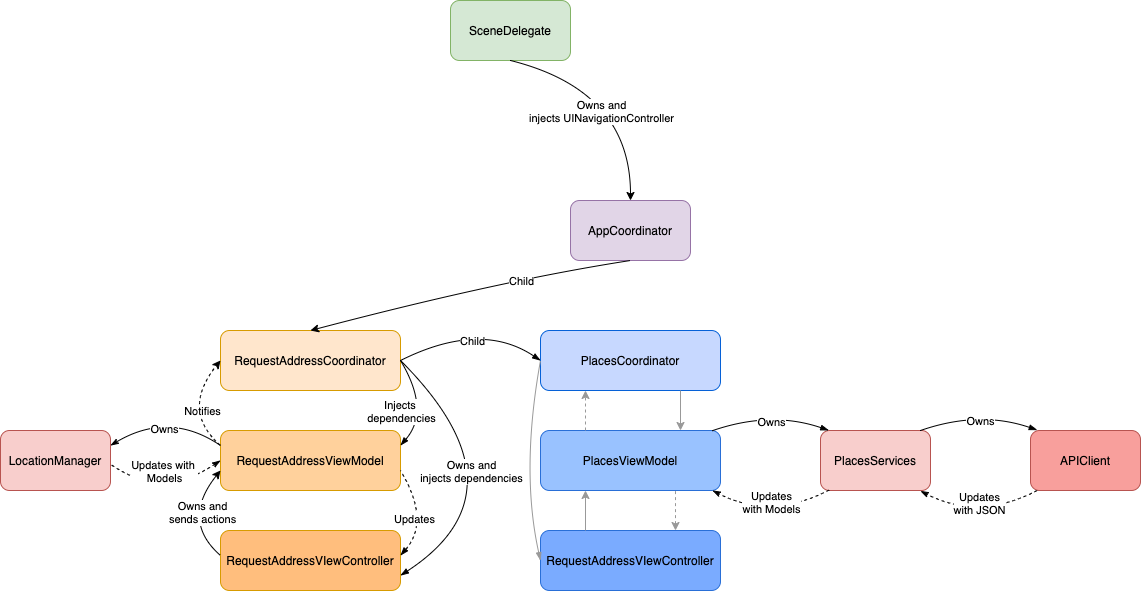
Before: Images/NearbyMVVM.png, a diagram exported from draw.io (thiagocenturion/Nearby). Source tidied: cells renumbered, new cells last; positions are measured from the earlier drawing's top-left corner, leaving out a move shared by most shapes.
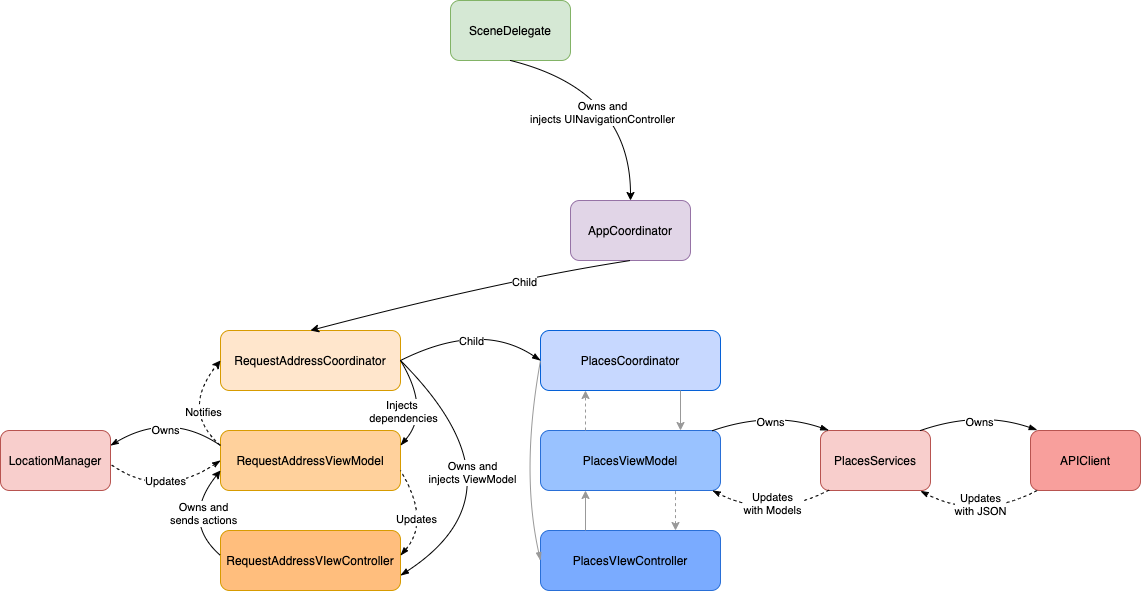
After the commit.

Commit message:
Fixing wrong name

Diff of the diagram source:
```diff
@@ -101,7 +101,7 @@
         </Array>
       </mxGeometry>
     </mxCell>
-    <mxCell id="20" value="Owns and&lt;br&gt;injects dependencies" style="edgeLabel;html=1;align=center;verticalAlign=middle;" parent="19" vertex="1">
+    <mxCell id="20" value="Owns and&lt;br&gt;injects ViewModel" style="edgeLabel;html=1;align=center;verticalAlign=middle;" parent="19" vertex="1">
       <mxGeometry x="-0.57" y="1" relative="1" as="geometry">
         <mxPoint x="9.9" y="-64.5" as="offset" />
       </mxGeometry>
@@ -112,7 +112,7 @@
     <mxCell id="22" value="PlacesViewModel" style="rounded=1;whiteSpace=wrap;html=1;fillColor=#99C2FF;strokeColor=#296FD7;" parent="1" vertex="1">
       <mxGeometry x="540" y="430" width="180" height="60" as="geometry" />
     </mxCell>
-    <mxCell id="23" value="RequestAddressVIewController" style="rounded=1;whiteSpace=wrap;html=1;fillColor=#7AABFF;strokeColor=#296FD7;" parent="1" vertex="1">
+    <mxCell id="23" value="PlacesVIewController" style="rounded=1;whiteSpace=wrap;html=1;fillColor=#7AABFF;strokeColor=#296FD7;" parent="1" vertex="1">
       <mxGeometry x="540" y="530" width="180" height="60" as="geometry" />
     </mxCell>
     <mxCell id="24" style="curved=1;endArrow=none;html=1;entryX=0;entryY=0.5;entryDx=0;entryDy=0;exitX=0;exitY=0.5;exitDx=0;exitDy=0;endFill=0;startArrow=blockThin;startFill=1;strokeColor=#999999;" parent="1" edge="1" source="23" target="21">
@@ -231,9 +231,9 @@
         </Array>
       </mxGeometry>
     </mxCell>
-    <mxCell id="45" value="Updates with &lt;br&gt;Models" style="edgeLabel;html=1;align=center;verticalAlign=middle;" parent="44" vertex="1">
+    <mxCell id="45" value="Updates" style="edgeLabel;html=1;align=center;verticalAlign=middle;" parent="44" vertex="1">
       <mxGeometry x="-0.57" y="1" relative="1" as="geometry">
-        <mxPoint x="-34.2" y="-6.8" as="offset" />
+        <mxPoint x="-34.2" y="3.1" as="offset" />
       </mxGeometry>
     </mxCell>
   </root>
```
